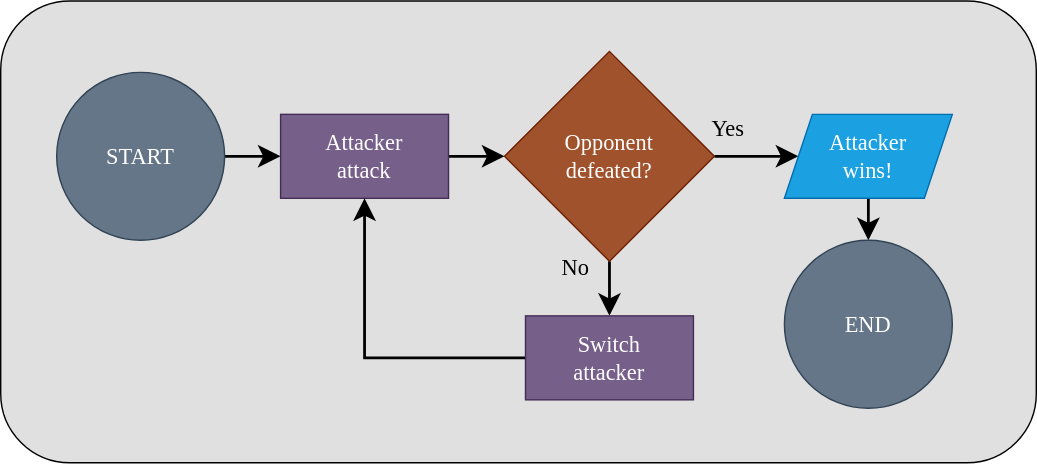
Before: practice/unit_4/solutions/exercise_2/flowcharts/exercise_2_2_flowchart.drawio.svg, a diagram exported from draw.io (PdxCodeGuild/Programming102). Source tidied: cells renumbered, new cells last; positions are measured from the earlier drawing's top-left corner, leaving out a move shared by most shapes.
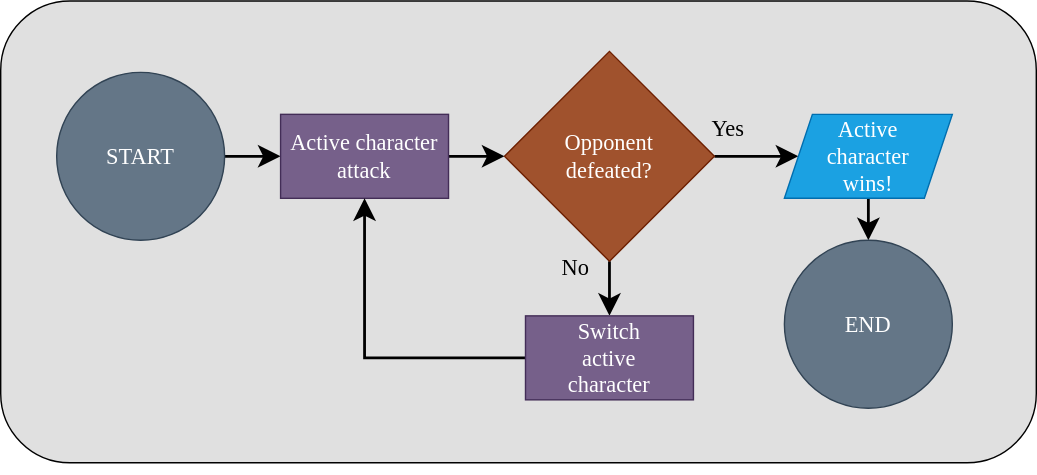
The same file after the commit.

Commit message:
change 'attacker' to 'active character'

What changed in the source:
```diff
@@ -14,7 +14,7 @@
     <mxCell id="5" style="edgeStyle=orthogonalEdgeStyle;rounded=0;jettySize=auto;html=1;fontColor=#000000;strokeColor=#000000;strokeWidth=2;endSize=10;fontFamily=raleway;fontSource=https%3A%2F%2Ffonts.googleapis.com%2Fcss%3Ffamily%3Draleway;" parent="1" edge="1" source="6" target="9">
       <mxGeometry relative="1" as="geometry" />
     </mxCell>
-    <mxCell id="6" value="Attacker&lt;br&gt;attack" style="rounded=0;whiteSpace=wrap;html=1;fillColor=#76608a;strokeColor=#432D57;fontColor=#ffffff;fontSize=16;fontFamily=raleway;fontSource=https%3A%2F%2Ffonts.googleapis.com%2Fcss%3Ffamily%3Draleway;" parent="1" vertex="1">
+    <mxCell id="6" value="Active character&lt;br&gt;attack" style="rounded=0;whiteSpace=wrap;html=1;fillColor=#76608a;strokeColor=#432D57;fontColor=#ffffff;fontSize=16;fontFamily=raleway;fontSource=https%3A%2F%2Ffonts.googleapis.com%2Fcss%3Ffamily%3Draleway;" parent="1" vertex="1">
       <mxGeometry x="200" y="81" width="120" height="60" as="geometry" />
     </mxCell>
     <mxCell id="7" style="edgeStyle=orthogonalEdgeStyle;rounded=0;jettySize=auto;html=1;exitX=0.5;exitY=1;exitDx=0;exitDy=0;entryX=0.5;entryY=0;entryDx=0;entryDy=0;fontColor=#000000;strokeColor=#000000;strokeWidth=2;endSize=10;fontFamily=raleway;fontSource=https%3A%2F%2Ffonts.googleapis.com%2Fcss%3Ffamily%3Draleway;" parent="1" edge="1" source="9" target="14">
@@ -29,7 +29,7 @@
     <mxCell id="10" style="edgeStyle=orthogonalEdgeStyle;rounded=0;jettySize=auto;html=1;entryX=0.5;entryY=0;entryDx=0;entryDy=0;fontColor=#000000;strokeColor=#000000;strokeWidth=2;endSize=10;fontFamily=raleway;fontSource=https%3A%2F%2Ffonts.googleapis.com%2Fcss%3Ffamily%3Draleway;" parent="1" edge="1" source="11" target="16">
       <mxGeometry relative="1" as="geometry" />
     </mxCell>
-    <mxCell id="11" value="Attacker&lt;br&gt;&amp;nbsp;wins!" style="shape=parallelogram;perimeter=parallelogramPerimeter;whiteSpace=wrap;html=1;fixedSize=1;fontSize=16;fillColor=#1ba1e2;strokeColor=#006EAF;fontColor=#ffffff;fontFamily=raleway;fontSource=https%3A%2F%2Ffonts.googleapis.com%2Fcss%3Ffamily%3Draleway;" parent="1" vertex="1">
+    <mxCell id="11" value="Active &lt;br&gt;character&lt;br&gt;&amp;nbsp;wins!" style="shape=parallelogram;perimeter=parallelogramPerimeter;whiteSpace=wrap;html=1;fixedSize=1;fontSize=16;fillColor=#1ba1e2;strokeColor=#006EAF;fontColor=#ffffff;fontFamily=raleway;fontSource=https%3A%2F%2Ffonts.googleapis.com%2Fcss%3Ffamily%3Draleway;" parent="1" vertex="1">
       <mxGeometry x="560" y="81" width="120" height="60" as="geometry" />
     </mxCell>
     <mxCell id="12" value="No" style="text;html=1;strokeColor=none;fillColor=none;align=center;verticalAlign=middle;whiteSpace=wrap;rounded=0;fontSize=16;fontColor=#000000;fontFamily=raleway;fontSource=https%3A%2F%2Ffonts.googleapis.com%2Fcss%3Ffamily%3Draleway;" parent="1" vertex="1">
@@ -38,7 +38,7 @@
     <mxCell id="13" style="edgeStyle=orthogonalEdgeStyle;rounded=0;jettySize=auto;html=1;fontColor=#000000;strokeColor=#000000;entryX=0.5;entryY=1;entryDx=0;entryDy=0;strokeWidth=2;endSize=10;fontFamily=raleway;fontSource=https%3A%2F%2Ffonts.googleapis.com%2Fcss%3Ffamily%3Draleway;" parent="1" edge="1" source="14" target="6">
       <mxGeometry relative="1" as="geometry" />
     </mxCell>
-    <mxCell id="14" value="Switch &lt;br&gt;attacker" style="rounded=0;whiteSpace=wrap;html=1;fontSize=16;fillColor=#76608a;strokeColor=#432D57;fontColor=#ffffff;fontFamily=raleway;fontSource=https%3A%2F%2Ffonts.googleapis.com%2Fcss%3Ffamily%3Draleway;" parent="1" vertex="1">
+    <mxCell id="14" value="Switch &lt;br&gt;active&lt;br&gt;character" style="rounded=0;whiteSpace=wrap;html=1;fontSize=16;fillColor=#76608a;strokeColor=#432D57;fontColor=#ffffff;fontFamily=raleway;fontSource=https%3A%2F%2Ffonts.googleapis.com%2Fcss%3Ffamily%3Draleway;" parent="1" vertex="1">
       <mxGeometry x="375" y="225" width="120" height="60" as="geometry" />
     </mxCell>
     <mxCell id="15" style="edgeStyle=orthogonalEdgeStyle;rounded=0;orthogonalLoop=1;jettySize=auto;html=1;exitX=1;exitY=0.5;exitDx=0;exitDy=0;entryX=0;entryY=0.5;entryDx=0;entryDy=0;fontColor=#000000;strokeColor=#000000;" parent="1" edge="1">
```
